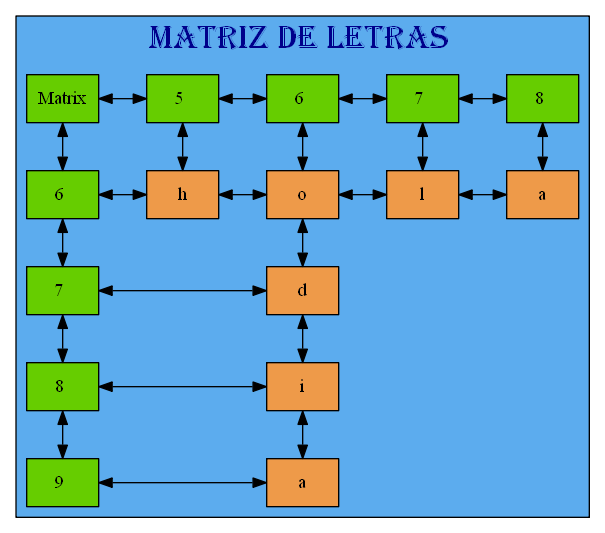
The Graphviz diagram Graficas/Table_Juego.dot.png in mariotun/EDD_1S2020_PY1_201602942, before a commit. Its source is kept beside it as Graficas/Table_Juego.dot.
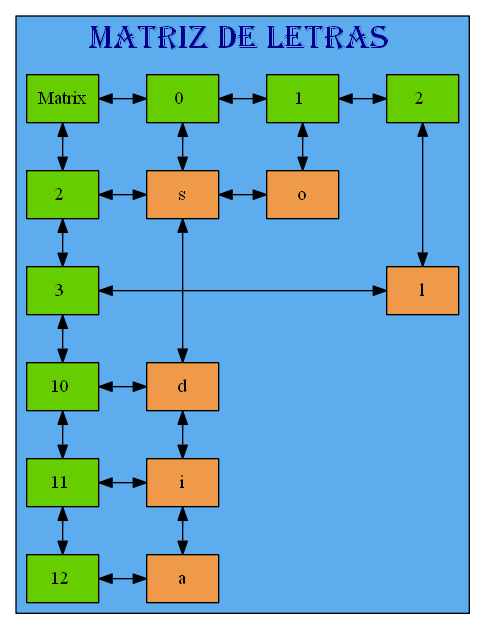
Above is the later version.

What changed in the source:
```diff
@@ -14,52 +14,49 @@
 node [shape=box fillcolor=chartreuse3];
 mt[label= "Matrix" style=radial group=0]
 {rank=same;
-25770512240[label= "5 " style=radial,group=5]
-25770512416[label= "6 " style=radial,group=6]
-25770512592[label= "7 " style=radial,group=7]
-0[label= "8 " style=radial,group=8]
-mt->25770512240->25770512416->25770512592->0[dir=both];};
+25770513280[label= "0 " style=radial,group=0]
+25770513648[label= "1 " style=radial,group=1]
+0[label= "2 " style=radial,group=2]
+mt->25770513280->25770513648->0[dir=both];};
 
-25770517704[label= "6 " style=radial,group=0]
-25770517880[label= "7 " style=radial,group=0]
-25770518056[label= "8 " style=radial,group=0]
-56[label= "9 " style=radial,group=0]
-mt->25770517704->25770517880->25770518056->56[dir=both];
+25770512320[label= "2 " style=radial,group=0]
+25770515376[label= "3 " style=radial,group=0]
+25770515808[label= "10 " style=radial,group=0]
+25770516192[label= "11 " style=radial,group=0]
+64[label= "12 " style=radial,group=0]
+mt->25770512320->25770515376->25770515808->25770516192->64[dir=both];
 
-node[shape=box height=0.5 style=filled fontcolor=black fillcolor= tan2]
-25770510432[label="h" style=radial,group=5];
-node[shape=box height=0.5 style=filled fontcolor=black fillcolor= tan2]
-25770512304[label="o" style=radial,group=6];
-node[shape=box height=0.5 style=filled fontcolor=black fillcolor= tan2]
-25770517712[label="d" style=radial,group=6];
-node[shape=box height=0.5 style=filled fontcolor=black fillcolor= tan2]
-25770517888[label="i" style=radial,group=6];
-node[shape=box height=0.5 style=filled fontcolor=black fillcolor= tan2]
-25770518064[label="a" style=radial,group=6];
-node[shape=box height=0.5 style=filled fontcolor=black fillcolor= tan2]
-25770512480[label="l" style=radial,group=7];
-node[shape=box height=0.5 style=filled fontcolor=black fillcolor= tan2]
-25770512656[label="a" style=radial,group=8];
+node[shape=box height=0.5 style=filled fontcolor=black fillcolor=tan2]
+25770512720[label="s" style=radial,group=0];
+node[shape=box height=0.5 style=filled fontcolor=black fillcolor=tan2]
+25770515392[label="d" style=radial,group=0];
+node[shape=box height=0.5 style=filled fontcolor=black fillcolor=tan2]
+25770515872[label="i" style=radial,group=0];
+node[shape=box height=0.5 style=filled fontcolor=black fillcolor=tan2]
+25770516256[label="a" style=radial,group=0];
+node[shape=box height=0.5 style=filled fontcolor=black fillcolor=tan2]
+25770513408[label="o" style=radial,group=1];
+node[shape=box height=0.5 style=filled fontcolor=black fillcolor=tan2]
+25770513968[label="l" style=radial,group=2];
 
 
-25770512240->25770510432[dir=both]
-25770512416->25770512304->25770517712->25770517888->25770518064[dir=both]
-25770512592->25770512480[dir=both]
-0->25770512656[dir=both]
+25770513280->25770512720->25770515392->25770515872->25770516256[dir=both]
+25770513648->25770513408[dir=both]
+0->25770513968[dir=both]
 
-25770510432[label="h"];
-25770512304[label="o"];
-25770512480[label="l"];
-25770512656[label="a"];
-25770517712[label="d"];
-25770517888[label="i"];
-25770518064[label="a"];
+25770512720[label="s"];
+25770513408[label="o"];
+25770513968[label="l"];
+25770515392[label="d"];
+25770515872[label="i"];
+25770516256[label="a"];
 
 
-{rank=same;25770517704->25770510432->25770512304->25770512480->25770512656[dir=both] }
-{rank=same;25770517880->25770517712[dir=both] }
-{rank=same;25770518056->25770517888[dir=both] }
-{rank=same;56->25770518064[dir=both] }
+{rank=same;25770512320->25770512720->25770513408[dir=both] }
+{rank=same;25770515376->25770513968[dir=both] }
+{rank=same;25770515808->25770515392[dir=both] }
+{rank=same;25770516192->25770515872[dir=both] }
+{rank=same;64->25770516256[dir=both] }
  }
 
 }
```
